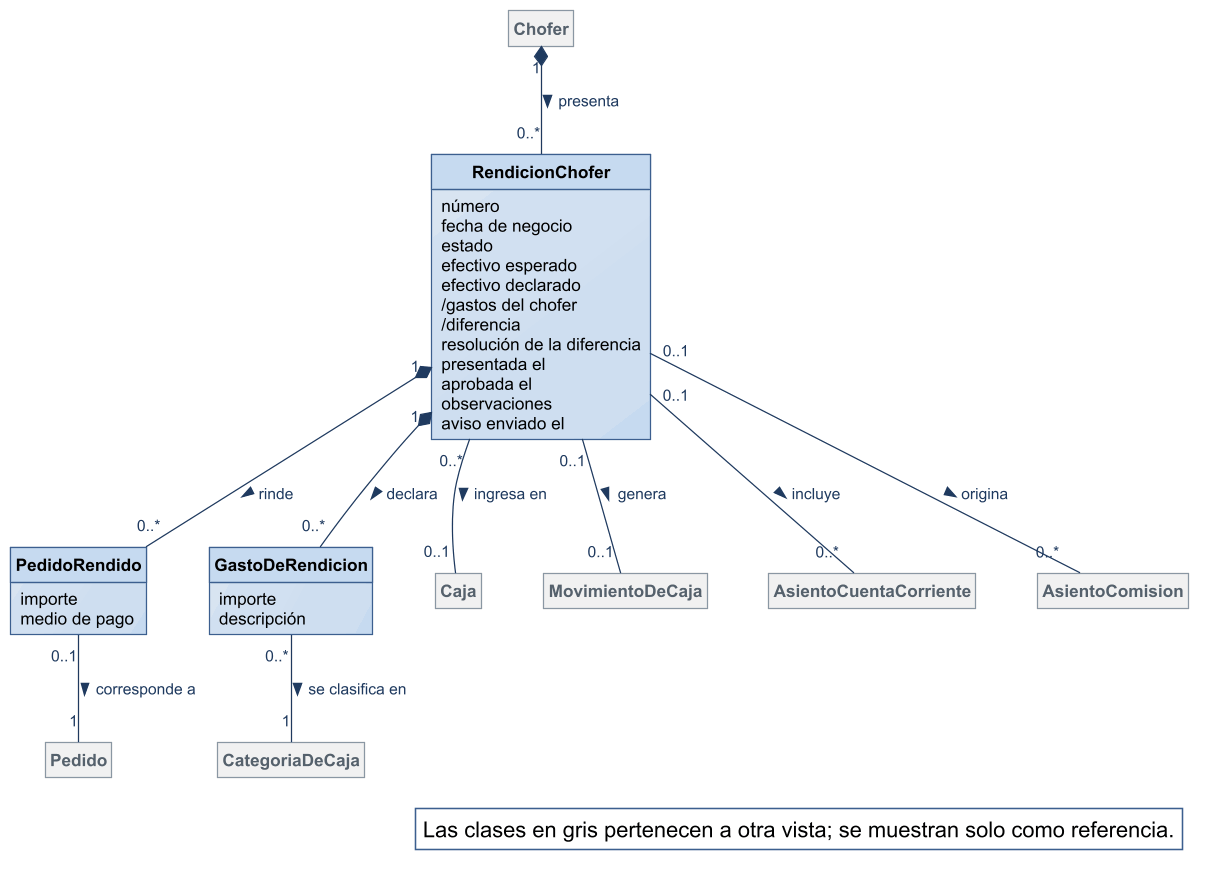
Above: diagramas/modelo-conceptual/MC_Rendiciones.png in Nahuelito-Dev/splg-docs (PlantUML), before the change.
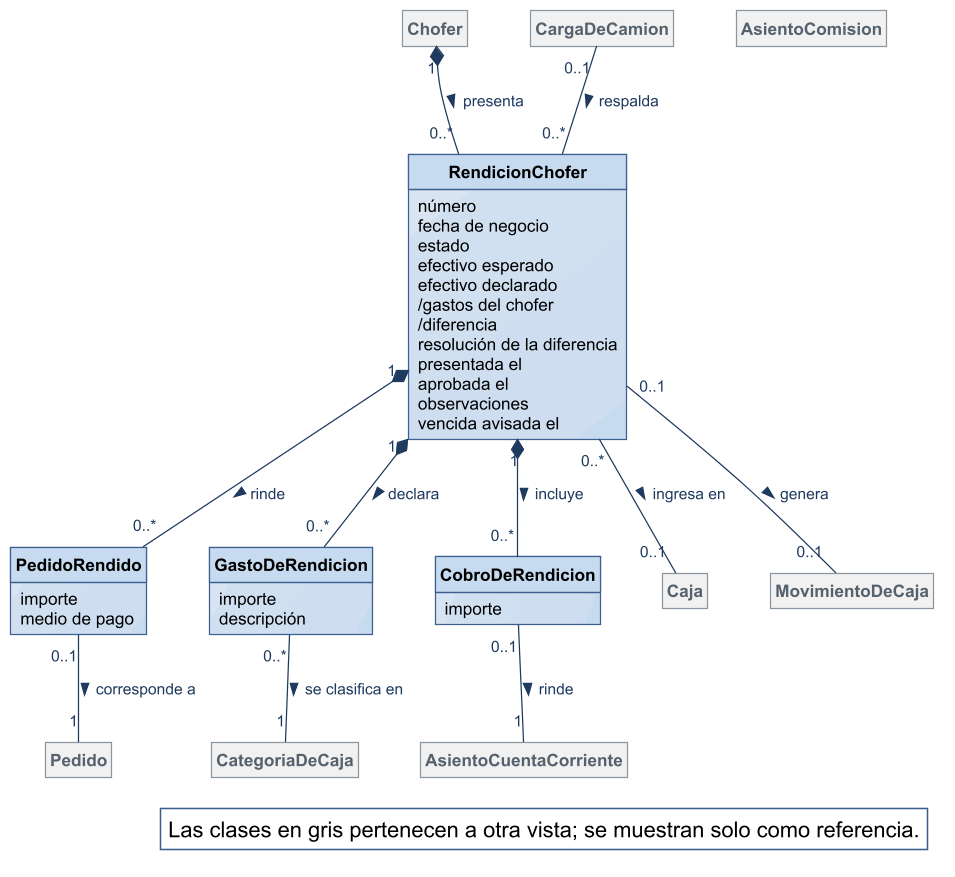
The same diagram one commit later.

The edit, as a diff of the source:
```diff
@@ -19,7 +19,7 @@
   presentada el
   aprobada el
   observaciones
-  aviso enviado el
+  vencida avisada el
 }
 class PedidoRendido {
   importe
@@ -29,6 +29,9 @@
   importe
   descripción
 }
+class CobroDeRendicion {
+  importe
+}
 class Chofer #F1F1F1;line:8A97A3;text:55616C
 class Pedido #F1F1F1;line:8A97A3;text:55616C
 class Caja #F1F1F1;line:8A97A3;text:55616C
@@ -36,6 +39,7 @@
 class CategoriaDeCaja #F1F1F1;line:8A97A3;text:55616C
 class AsientoCuentaCorriente #F1F1F1;line:8A97A3;text:55616C
 class AsientoComision #F1F1F1;line:8A97A3;text:55616C
+class CargaDeCamion #F1F1F1;line:8A97A3;text:55616C
 
 
 Chofer "1" *-- "0..*" RendicionChofer : presenta >
@@ -45,8 +49,9 @@
 PedidoRendido "0..1" -- "1" Pedido : corresponde a >
 RendicionChofer "1" *-- "0..*" GastoDeRendicion : declara >
 GastoDeRendicion "0..*" -- "1" CategoriaDeCaja : se clasifica en >
-RendicionChofer "0..1" -- "0..*" AsientoCuentaCorriente : incluye >
-RendicionChofer "0..1" -- "0..*" AsientoComision : origina >
+RendicionChofer "1" *-- "0..*" CobroDeRendicion : incluye >
+CobroDeRendicion "0..1" -- "1" AsientoCuentaCorriente : rinde >
+CargaDeCamion "0..1" -- "0..*" RendicionChofer : respalda >
 
 legend bottom right
   Las clases en gris pertenecen a otra vista; se muestran solo como referencia.
```
